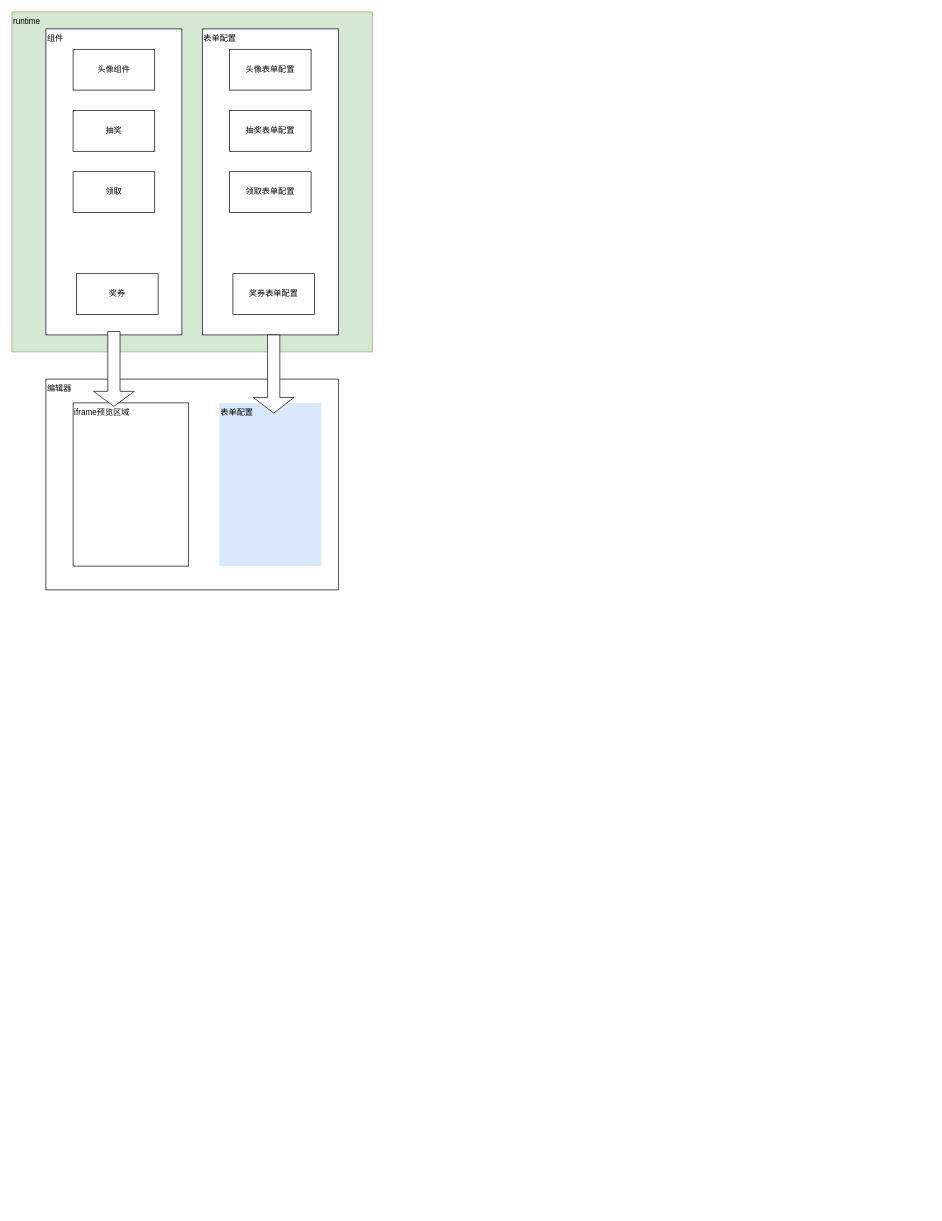
Above: editor.drawio in qwertyyb/draw.io (draw.io), before the change. Source tidied: cells renumbered, new cells numbered last; positions are measured from the earlier drawing's top-left corner, leaving out a move shared by most shapes. Both pictures are drawn from the tidied source at 68%, with x=0, y=0 at pixel (12, 12).
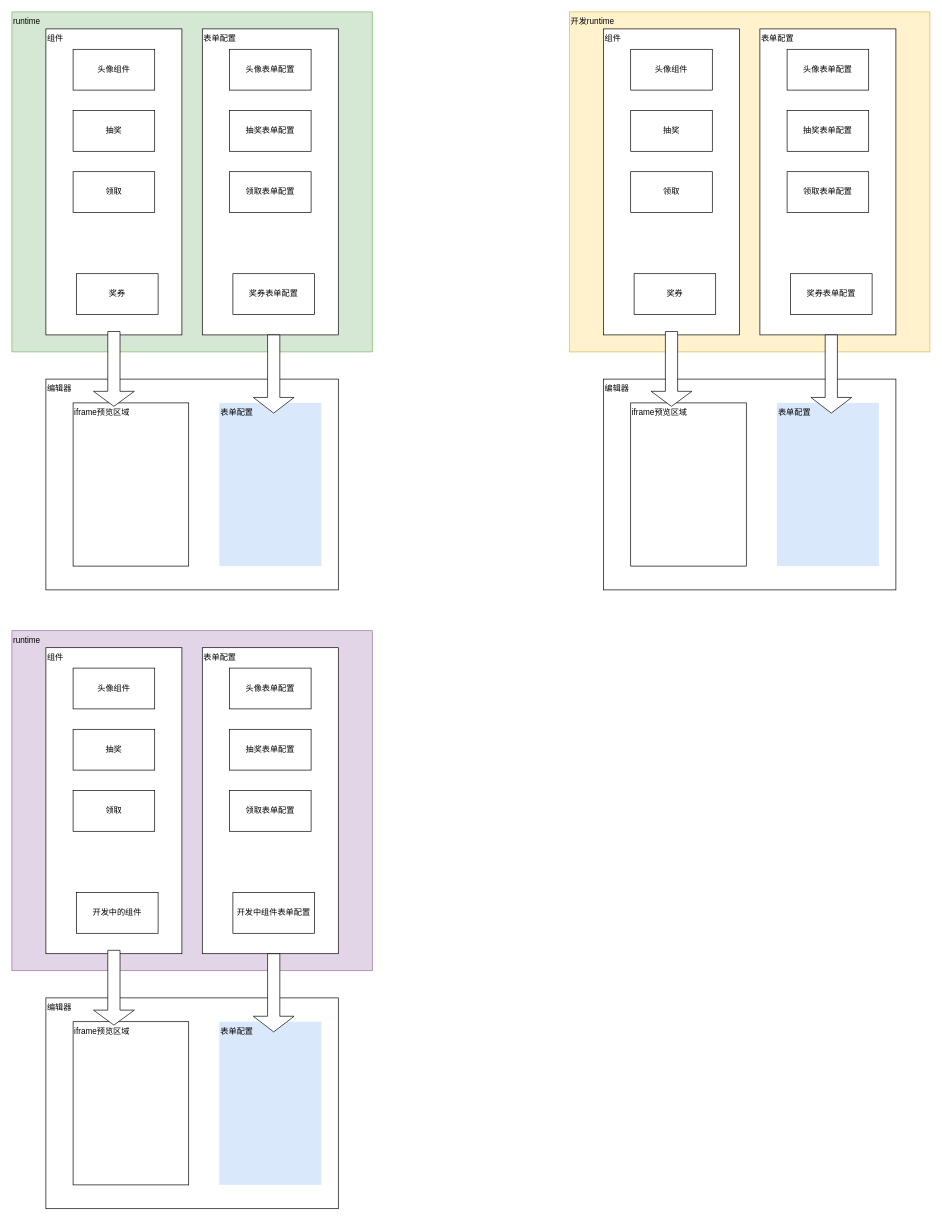
Above is the later version.

Change to the diagram source:
```diff
@@
+    <mxCell id="18" value="开发runtime" style="rounded=0;whiteSpace=wrap;html=1;align=left;verticalAlign=top;fillColor=#fff2cc;strokeColor=#d6b656;" parent="1" vertex="1">
+      <mxGeometry x="820" width="530" height="500" as="geometry" />
+    </mxCell>
+    <mxCell id="19" value="编辑器" style="rounded=0;whiteSpace=wrap;html=1;align=left;verticalAlign=top;" parent="1" vertex="1">
+      <mxGeometry x="870" y="540" width="430" height="310" as="geometry" />
+    </mxCell>
+    <mxCell id="20" value="iframe预览区域" style="rounded=0;whiteSpace=wrap;html=1;align=left;verticalAlign=top;" parent="1" vertex="1">
+      <mxGeometry x="910" y="575" width="170" height="240" as="geometry" />
+    </mxCell>
+    <mxCell id="21" value="表单配置" style="rounded=0;whiteSpace=wrap;html=1;align=left;verticalAlign=top;labelBackgroundColor=none;fillColor=#dae8fc;strokeColor=none;" parent="1" vertex="1">
+      <mxGeometry x="1125" y="575" width="150" height="240" as="geometry" />
+    </mxCell>
+    <mxCell id="22" value="组件" style="rounded=0;whiteSpace=wrap;html=1;verticalAlign=top;align=left;" parent="1" vertex="1">
+      <mxGeometry x="870" y="25" width="200" height="450" as="geometry" />
+    </mxCell>
+    <mxCell id="23" value="头像组件" style="rounded=0;whiteSpace=wrap;html=1;" parent="1" vertex="1">
+      <mxGeometry x="910" y="55" width="120" height="60" as="geometry" />
+    </mxCell>
+    <mxCell id="24" value="领取" style="rounded=0;whiteSpace=wrap;html=1;" parent="1" vertex="1">
+      <mxGeometry x="910" y="235" width="120" height="60" as="geometry" />
+    </mxCell>
+    <mxCell id="25" value="抽奖" style="rounded=0;whiteSpace=wrap;html=1;" parent="1" vertex="1">
+      <mxGeometry x="910" y="145" width="120" height="60" as="geometry" />
+    </mxCell>
+    <mxCell id="26" value="奖券" style="rounded=0;whiteSpace=wrap;html=1;" parent="1" vertex="1">
+      <mxGeometry x="915" y="385" width="120" height="60" as="geometry" />
+    </mxCell>
+    <mxCell id="27" value="表单配置" style="rounded=0;whiteSpace=wrap;html=1;verticalAlign=top;align=left;" parent="1" vertex="1">
+      <mxGeometry x="1100" y="25" width="200" height="450" as="geometry" />
+    </mxCell>
+    <mxCell id="28" value="头像表单配置" style="rounded=0;whiteSpace=wrap;html=1;" parent="1" vertex="1">
+      <mxGeometry x="1140" y="55" width="120" height="60" as="geometry" />
+    </mxCell>
+    <mxCell id="29" value="领取表单配置" style="rounded=0;whiteSpace=wrap;html=1;" parent="1" vertex="1">
+      <mxGeometry x="1140" y="235" width="120" height="60" as="geometry" />
+    </mxCell>
+    <mxCell id="30" value="抽奖表单配置" style="rounded=0;whiteSpace=wrap;html=1;" parent="1" vertex="1">
+      <mxGeometry x="1140" y="145" width="120" height="60" as="geometry" />
+    </mxCell>
+    <mxCell id="31" value="奖券表单配置" style="rounded=0;whiteSpace=wrap;html=1;" parent="1" vertex="1">
+      <mxGeometry x="1145" y="385" width="120" height="60" as="geometry" />
+    </mxCell>
+    <mxCell id="32" style="shape=singleArrow;direction=south;whiteSpace=wrap;html=1;" parent="1" vertex="1">
+      <mxGeometry x="940" y="470" width="60" height="110" as="geometry" />
+    </mxCell>
+    <mxCell id="33" style="shape=singleArrow;direction=south;whiteSpace=wrap;html=1;" parent="1" vertex="1">
+      <mxGeometry x="1175" y="475" width="60" height="115" as="geometry" />
+    </mxCell>
+    <mxCell id="34" value="runtime" style="rounded=0;whiteSpace=wrap;html=1;align=left;verticalAlign=top;fillColor=#e1d5e7;strokeColor=#9673a6;" parent="1" vertex="1">
+      <mxGeometry y="910" width="530" height="500" as="geometry" />
+    </mxCell>
+    <mxCell id="35" value="编辑器" style="rounded=0;whiteSpace=wrap;html=1;align=left;verticalAlign=top;" parent="1" vertex="1">
+      <mxGeometry x="50" y="1450" width="430" height="310" as="geometry" />
+    </mxCell>
+    <mxCell id="36" value="iframe预览区域" style="rounded=0;whiteSpace=wrap;html=1;align=left;verticalAlign=top;" parent="1" vertex="1">
+      <mxGeometry x="90" y="1485" width="170" height="240" as="geometry" />
+    </mxCell>
+    <mxCell id="37" value="表单配置" style="rounded=0;whiteSpace=wrap;html=1;align=left;verticalAlign=top;labelBackgroundColor=none;fillColor=#dae8fc;strokeColor=none;" parent="1" vertex="1">
+      <mxGeometry x="305" y="1485" width="150" height="240" as="geometry" />
+    </mxCell>
+    <mxCell id="38" value="组件" style="rounded=0;whiteSpace=wrap;html=1;verticalAlign=top;align=left;" parent="1" vertex="1">
+      <mxGeometry x="50" y="935" width="200" height="450" as="geometry" />
+    </mxCell>
+    <mxCell id="39" value="头像组件" style="rounded=0;whiteSpace=wrap;html=1;" parent="1" vertex="1">
+      <mxGeometry x="90" y="965" width="120" height="60" as="geometry" />
+    </mxCell>
+    <mxCell id="40" value="领取" style="rounded=0;whiteSpace=wrap;html=1;" parent="1" vertex="1">
+      <mxGeometry x="90" y="1145" width="120" height="60" as="geometry" />
+    </mxCell>
+    <mxCell id="41" value="抽奖" style="rounded=0;whiteSpace=wrap;html=1;" parent="1" vertex="1">
+      <mxGeometry x="90" y="1055" width="120" height="60" as="geometry" />
+    </mxCell>
+    <mxCell id="42" value="开发中的组件" style="rounded=0;whiteSpace=wrap;html=1;" parent="1" vertex="1">
+      <mxGeometry x="95" y="1295" width="120" height="60" as="geometry" />
+    </mxCell>
+    <mxCell id="43" value="表单配置" style="rounded=0;whiteSpace=wrap;html=1;verticalAlign=top;align=left;" parent="1" vertex="1">
+      <mxGeometry x="280" y="935" width="200" height="450" as="geometry" />
+    </mxCell>
+    <mxCell id="44" value="头像表单配置" style="rounded=0;whiteSpace=wrap;html=1;" parent="1" vertex="1">
+      <mxGeometry x="320" y="965" width="120" height="60" as="geometry" />
+    </mxCell>
+    <mxCell id="45" value="领取表单配置" style="rounded=0;whiteSpace=wrap;html=1;" parent="1" vertex="1">
+      <mxGeometry x="320" y="1145" width="120" height="60" as="geometry" />
+    </mxCell>
+    <mxCell id="46" value="抽奖表单配置" style="rounded=0;whiteSpace=wrap;html=1;" parent="1" vertex="1">
+      <mxGeometry x="320" y="1055" width="120" height="60" as="geometry" />
+    </mxCell>
+    <mxCell id="47" value="开发中组件表单配置" style="rounded=0;whiteSpace=wrap;html=1;" parent="1" vertex="1">
+      <mxGeometry x="325" y="1295" width="120" height="60" as="geometry" />
+    </mxCell>
+    <mxCell id="48" style="shape=singleArrow;direction=south;whiteSpace=wrap;html=1;" parent="1" vertex="1">
+      <mxGeometry x="120" y="1380" width="60" height="110" as="geometry" />
+    </mxCell>
+    <mxCell id="49" style="shape=singleArrow;direction=south;whiteSpace=wrap;html=1;" parent="1" vertex="1">
+      <mxGeometry x="355" y="1385" width="60" height="115" as="geometry" />
+    </mxCell>
```
